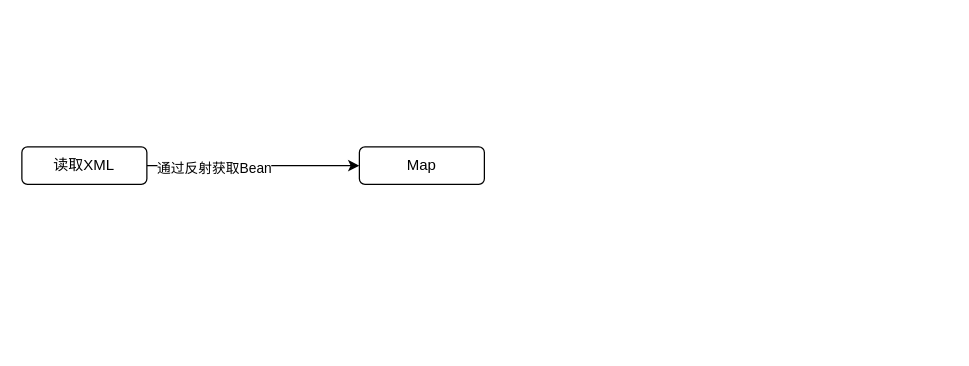
chasdream/Java_learning keeps this draw.io diagram as learn-spring/spring.drawio. Above is the earlier version. Source tidied: cells renumbered, new cells numbered last; positions are measured from the earlier drawing's top-left corner, leaving out a move shared by most shapes. Both pictures are drawn from the tidied source at 125%, with x=0, y=0 at pixel (21, 146).
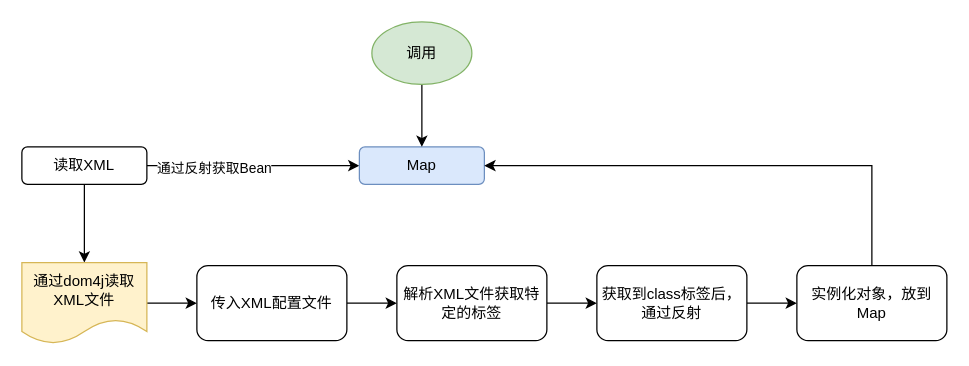
Above is the later version.

Diff of the diagram source:
```diff
@@
 <mxGraphModel>
   <root>
     <mxCell id="0" />
     <mxCell id="1" parent="0" />
     <mxCell id="2" style="edgeStyle=orthogonalEdgeStyle;rounded=0;jettySize=auto;html=1;" parent="1" edge="1" source="4" target="5">
       <mxGeometry relative="1" as="geometry" />
     </mxCell>
     <mxCell id="3" value="通过反射获取Bean" style="edgeLabel;html=1;align=center;verticalAlign=middle;" parent="2" vertex="1">
       <mxGeometry x="-0.38" y="-1" relative="1" as="geometry" />
     </mxCell>
+    <mxCell id="6" style="edgeStyle=orthogonalEdgeStyle;rounded=0;jettySize=auto;html=1;" parent="1" edge="1" source="4" target="8">
+      <mxGeometry relative="1" as="geometry" />
+    </mxCell>
     <mxCell id="4" value="读取XML" style="rounded=1;whiteSpace=wrap;html=1;" parent="1" vertex="1">
       <mxGeometry width="100" height="30" as="geometry" />
     </mxCell>
-    <mxCell id="5" value="Map" style="whiteSpace=wrap;html=1;rounded=1;" parent="1" vertex="1">
+    <mxCell id="5" value="Map" style="whiteSpace=wrap;html=1;rounded=1;fillColor=#dae8fc;strokeColor=#6c8ebf;" parent="1" vertex="1">
       <mxGeometry x="270" width="100" height="30" as="geometry" />
     </mxCell>
+    <mxCell id="7" style="edgeStyle=orthogonalEdgeStyle;rounded=0;jettySize=auto;html=1;" parent="1" edge="1" source="8" target="10">
+      <mxGeometry relative="1" as="geometry" />
+    </mxCell>
+    <mxCell id="8" value="通过dom4j读取XML文件" style="shape=document;whiteSpace=wrap;html=1;boundedLbl=1;rounded=1;fillColor=#fff2cc;strokeColor=#d6b656;" parent="1" vertex="1">
+      <mxGeometry y="92.5" width="100" height="65" as="geometry" />
+    </mxCell>
+    <mxCell id="9" style="edgeStyle=orthogonalEdgeStyle;rounded=0;jettySize=auto;html=1;" parent="1" edge="1" source="10" target="12">
+      <mxGeometry relative="1" as="geometry" />
+    </mxCell>
+    <mxCell id="10" value="传入XML配置文件" style="whiteSpace=wrap;html=1;rounded=1;" parent="1" vertex="1">
+      <mxGeometry x="140" y="95" width="120" height="60" as="geometry" />
+    </mxCell>
+    <mxCell id="11" style="edgeStyle=orthogonalEdgeStyle;rounded=0;jettySize=auto;html=1;" parent="1" edge="1" source="12" target="14">
+      <mxGeometry relative="1" as="geometry" />
+    </mxCell>
+    <mxCell id="12" value="解析XML文件获取特定的标签" style="whiteSpace=wrap;html=1;rounded=1;" parent="1" vertex="1">
+      <mxGeometry x="300" y="95" width="120" height="60" as="geometry" />
+    </mxCell>
+    <mxCell id="13" style="edgeStyle=orthogonalEdgeStyle;rounded=0;jettySize=auto;html=1;" parent="1" edge="1" source="14" target="16">
+      <mxGeometry relative="1" as="geometry" />
+    </mxCell>
+    <mxCell id="14" value="获取到class标签后，通过反射" style="whiteSpace=wrap;html=1;rounded=1;" parent="1" vertex="1">
+      <mxGeometry x="460" y="95" width="120" height="60" as="geometry" />
+    </mxCell>
+    <mxCell id="15" style="edgeStyle=orthogonalEdgeStyle;rounded=0;jettySize=auto;html=1;exitX=0.5;exitY=0;exitDx=0;exitDy=0;entryX=1;entryY=0.5;entryDx=0;entryDy=0;" parent="1" edge="1" source="16" target="5">
+      <mxGeometry relative="1" as="geometry" />
+    </mxCell>
+    <mxCell id="16" value="实例化对象，放到Map" style="whiteSpace=wrap;html=1;rounded=1;" parent="1" vertex="1">
+      <mxGeometry x="620" y="95" width="120" height="60" as="geometry" />
+    </mxCell>
+    <mxCell id="17" style="edgeStyle=orthogonalEdgeStyle;rounded=0;jettySize=auto;html=1;exitX=0.5;exitY=1;exitDx=0;exitDy=0;entryX=0.5;entryY=0;entryDx=0;entryDy=0;" parent="1" edge="1" source="18" target="5">
+      <mxGeometry relative="1" as="geometry" />
+    </mxCell>
+    <mxCell id="18" value="调用" style="ellipse;whiteSpace=wrap;html=1;fillColor=#d5e8d4;strokeColor=#82b366;" parent="1" vertex="1">
+      <mxGeometry x="280" y="-100" width="80" height="50" as="geometry" />
+    </mxCell>
   </root>
 </mxGraphModel>
```
